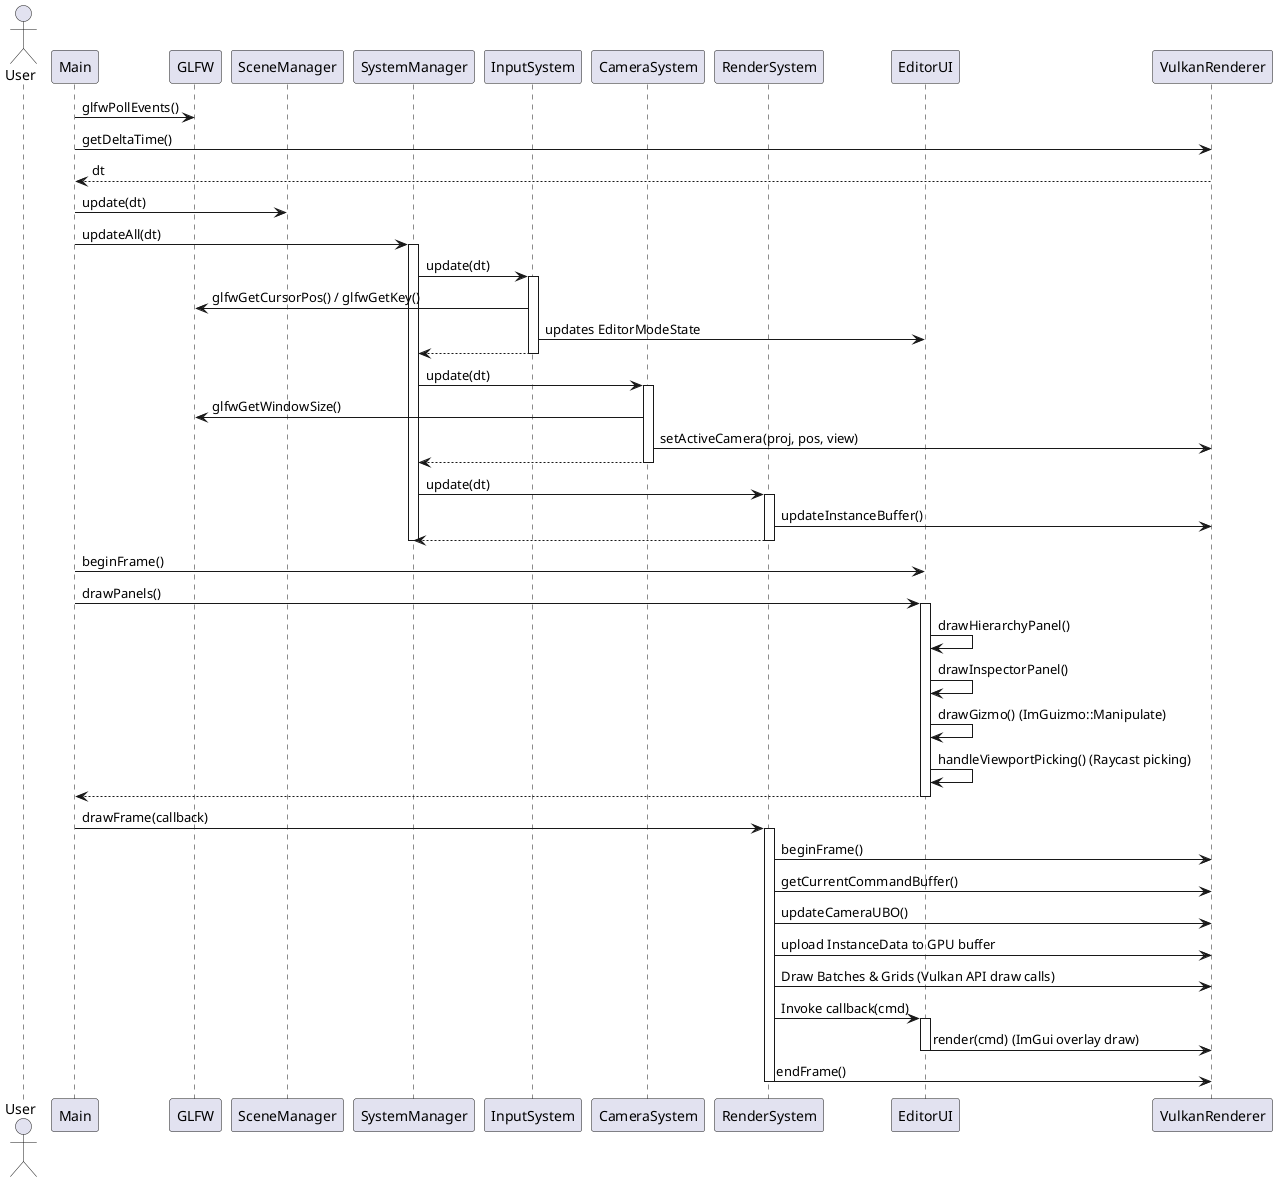
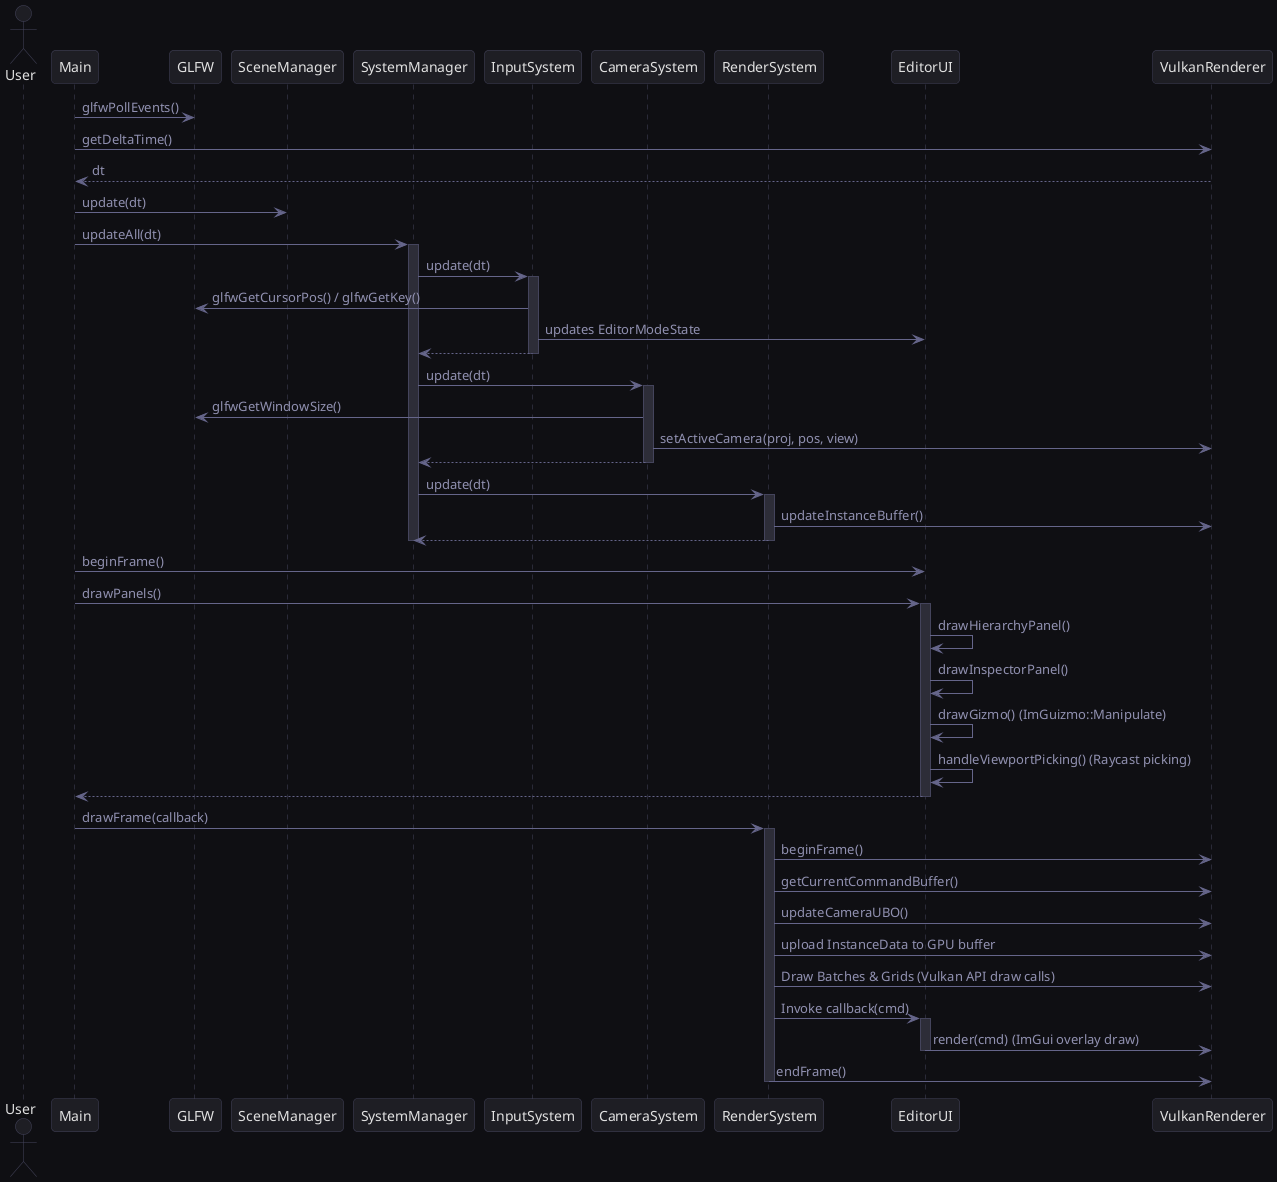
@startuml FrameLifecycle
+ 
+ ' Modern Dark/Slate Theme configuration
+ skinparam BackgroundColor #0f0f13
+ skinparam RoundCorner 8
+ skinparam Shadowing false
+ skinparam Actor {
+     BackgroundColor #1e1e24
+     BorderColor #44445c
+     FontColor #e0e0e0
+     FontName "Segoe UI"
+ }
+ skinparam Participant {
+     BackgroundColor #1e1e24
+     BorderColor #44445c
+     FontColor #e0e0e0
+     FontName "Segoe UI"
+ }
+ skinparam Sequence {
+     LifeLineBorderColor #44445c
+     LifeLineBackgroundColor #2d2d38
+ }
+ skinparam Arrow {
+     Color #65658a
+     FontColor #9090b0
+     FontName "Segoe UI"
+ }
+ 
actor User
participant Main
participant GLFW
participant SceneManager
participant SystemManager
participant InputSystem
participant CameraSystem
participant RenderSystem
participant EditorUI
participant VulkanRenderer

Main -> GLFW : glfwPollEvents()
Main -> VulkanRenderer : getDeltaTime()
VulkanRenderer --> Main : dt

Main -> SceneManager : update(dt)
Main -> SystemManager : updateAll(dt)
activate SystemManager

SystemManager -> InputSystem : update(dt)
activate InputSystem
InputSystem -> GLFW : glfwGetCursorPos() / glfwGetKey()
InputSystem -> EditorUI : updates EditorModeState
InputSystem --> SystemManager
deactivate InputSystem

SystemManager -> CameraSystem : update(dt)
activate CameraSystem
CameraSystem -> GLFW : glfwGetWindowSize()
CameraSystem -> VulkanRenderer : setActiveCamera(proj, pos, view)
CameraSystem --> SystemManager
deactivate CameraSystem

SystemManager -> RenderSystem : update(dt)
activate RenderSystem
RenderSystem -> VulkanRenderer : updateInstanceBuffer()
RenderSystem --> SystemManager
deactivate RenderSystem

deactivate SystemManager

Main -> EditorUI : beginFrame()
Main -> EditorUI : drawPanels()
activate EditorUI
EditorUI -> EditorUI : drawHierarchyPanel()
EditorUI -> EditorUI : drawInspectorPanel()
EditorUI -> EditorUI : drawGizmo() (ImGuizmo::Manipulate)
EditorUI -> EditorUI : handleViewportPicking() (Raycast picking)
EditorUI --> Main
deactivate EditorUI

Main -> RenderSystem : drawFrame(callback)
activate RenderSystem
RenderSystem -> VulkanRenderer : beginFrame()
RenderSystem -> VulkanRenderer : getCurrentCommandBuffer()
RenderSystem -> VulkanRenderer : updateCameraUBO()
RenderSystem -> VulkanRenderer : upload InstanceData to GPU buffer

RenderSystem -> VulkanRenderer : Draw Batches & Grids (Vulkan API draw calls)
RenderSystem -> EditorUI : Invoke callback(cmd)
activate EditorUI
EditorUI -> VulkanRenderer : render(cmd) (ImGui overlay draw)
deactivate EditorUI

RenderSystem -> VulkanRenderer : endFrame()
deactivate RenderSystem

@enduml
